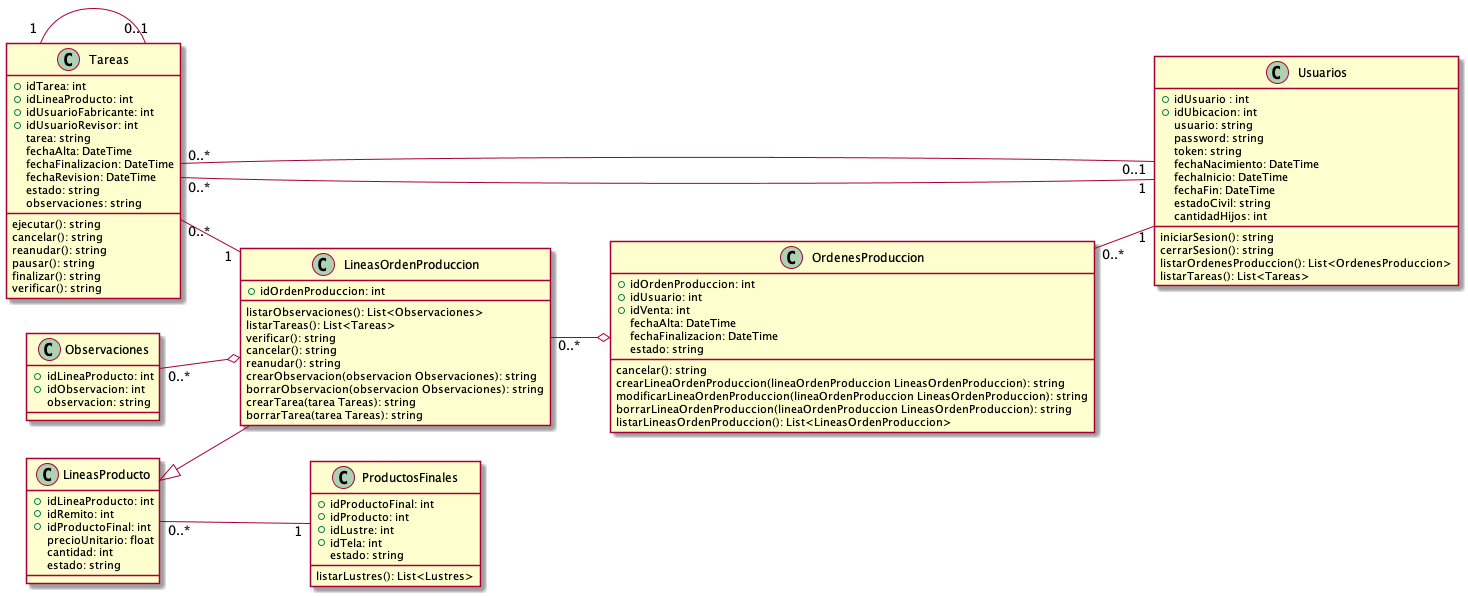
Above: Informe Final/Imagenes/DiagramaClases/Vistas/vistaProduccion.png in ZMGestion/DocumentacionZMGestion (PlantUML), before the change.
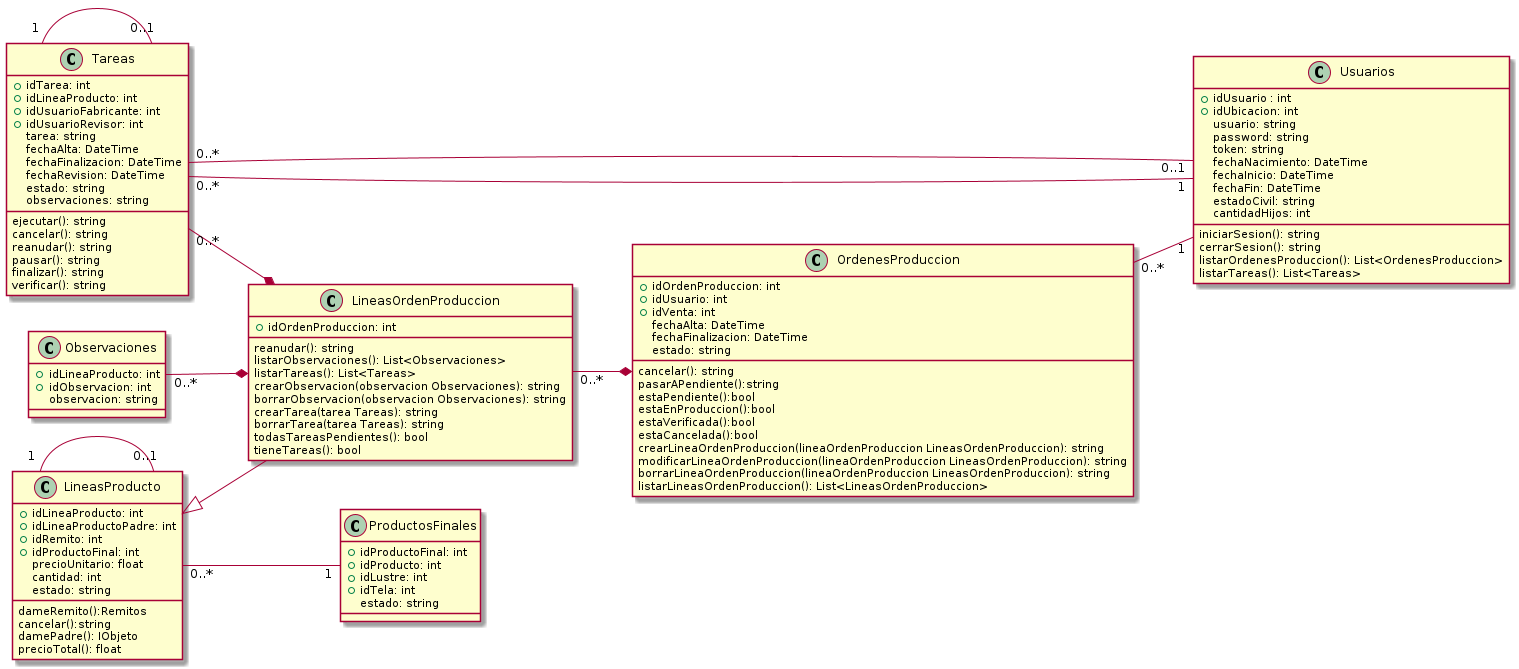
Above is the later version.

The edit, as a diff of the source:
```diff
@@ -45,10 +45,16 @@
     estado: string
 
     cancelar(): string
+    pasarAPendiente():string
+    estaPendiente():bool
+    estaEnProduccion():bool
+    estaVerificada():bool
+    estaCancelada():bool
     crearLineaOrdenProduccion(lineaOrdenProduccion LineasOrdenProduccion): string
     modificarLineaOrdenProduccion(lineaOrdenProduccion LineasOrdenProduccion): string
     borrarLineaOrdenProduccion(lineaOrdenProduccion LineasOrdenProduccion): string
     listarLineasOrdenProduccion(): List<LineasOrdenProduccion>
+
 }
 class ProductosFinales{
     +idProductoFinal: int
@@ -57,7 +63,7 @@
     +idTela: int
     estado: string
 
-    listarLustres(): List<Lustres>
+
 }
 class Observaciones{
     +idLineaProducto: int
@@ -66,35 +72,43 @@
 }
 class LineasProducto{
     +idLineaProducto: int
+    +idLineaProductoPadre: int
     +idRemito: int
     +idProductoFinal: int
     precioUnitario: float
     cantidad: int
     estado: string
+
+    dameRemito():Remitos
+    cancelar():string
+    damePadre(): IObjeto
+    precioTotal(): float
 }
 class LineasOrdenProduccion{
     +idOrdenProduccion: int
 
+    reanudar(): string
     listarObservaciones(): List<Observaciones>
     listarTareas(): List<Tareas>
-    verificar(): string
-    cancelar(): string
-    reanudar(): string
     crearObservacion(observacion Observaciones): string
     borrarObservacion(observacion Observaciones): string
     crearTarea(tarea Tareas): string
     borrarTarea(tarea Tareas): string
+    todasTareasPendientes(): bool
+    tieneTareas(): bool
+
 }
 
 
 left to right direction
+LineasProducto "1" -- "0..1" LineasProducto
 LineasProducto <|-- LineasOrdenProduccion
-LineasOrdenProduccion "0..*"--o OrdenesProduccion
+LineasOrdenProduccion "0..*"--* OrdenesProduccion
 Tareas "0..*"--"1" Usuarios
 Tareas "0..*"--"0..1" Usuarios
-Tareas "0..*"--"1" LineasOrdenProduccion
+Tareas "0..*"--* LineasOrdenProduccion
 Tareas "1"--"0..1" Tareas
-Observaciones "0..*"--o LineasOrdenProduccion
+Observaciones "0..*"--* LineasOrdenProduccion
 LineasProducto "0..*"--"1" ProductosFinales
 OrdenesProduccion "0..*" -- "1" Usuarios
 @enduml
```
